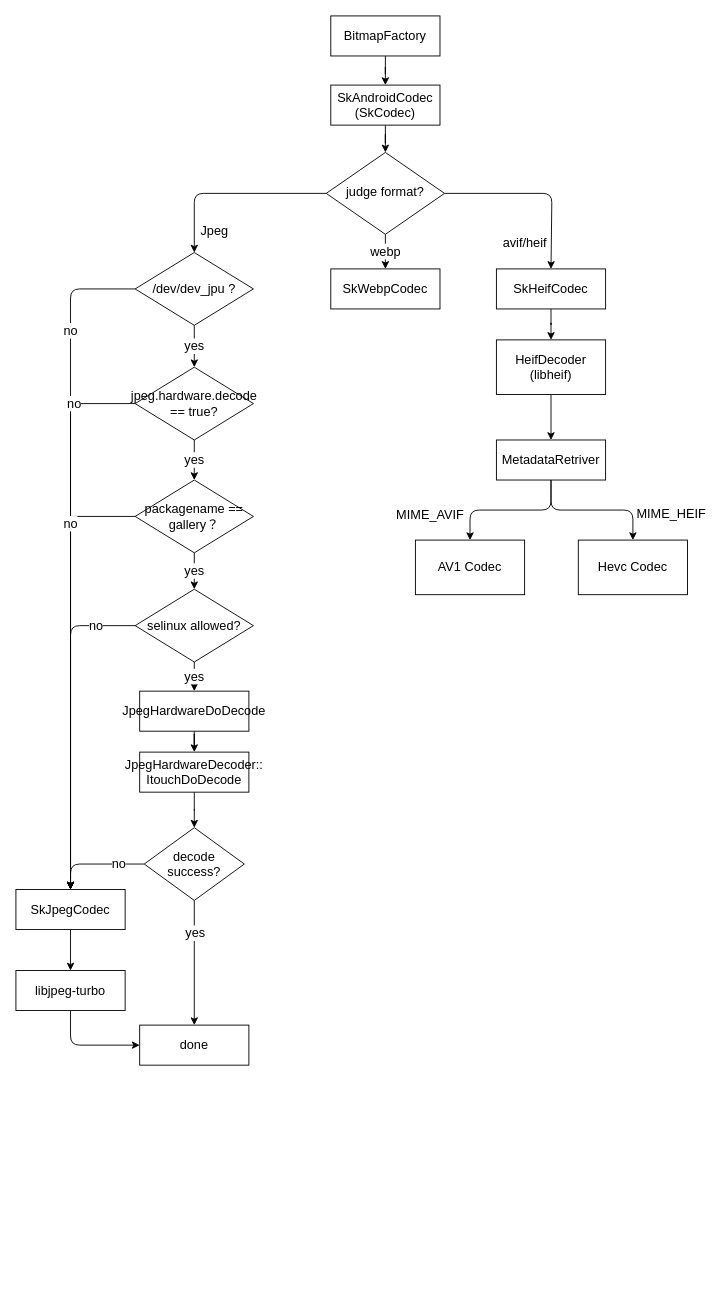
The draw.io diagram page "skia" (1 of 3) of design.drawio in ccfriend/av_lab, before the edit. Source tidied: cells renumbered, new cells numbered last; positions are measured from the earlier drawing's top-left corner, leaving out a move shared by most shapes. Both pictures are drawn from the tidied source at 91%, with x=0, y=0 at pixel (15, 15).
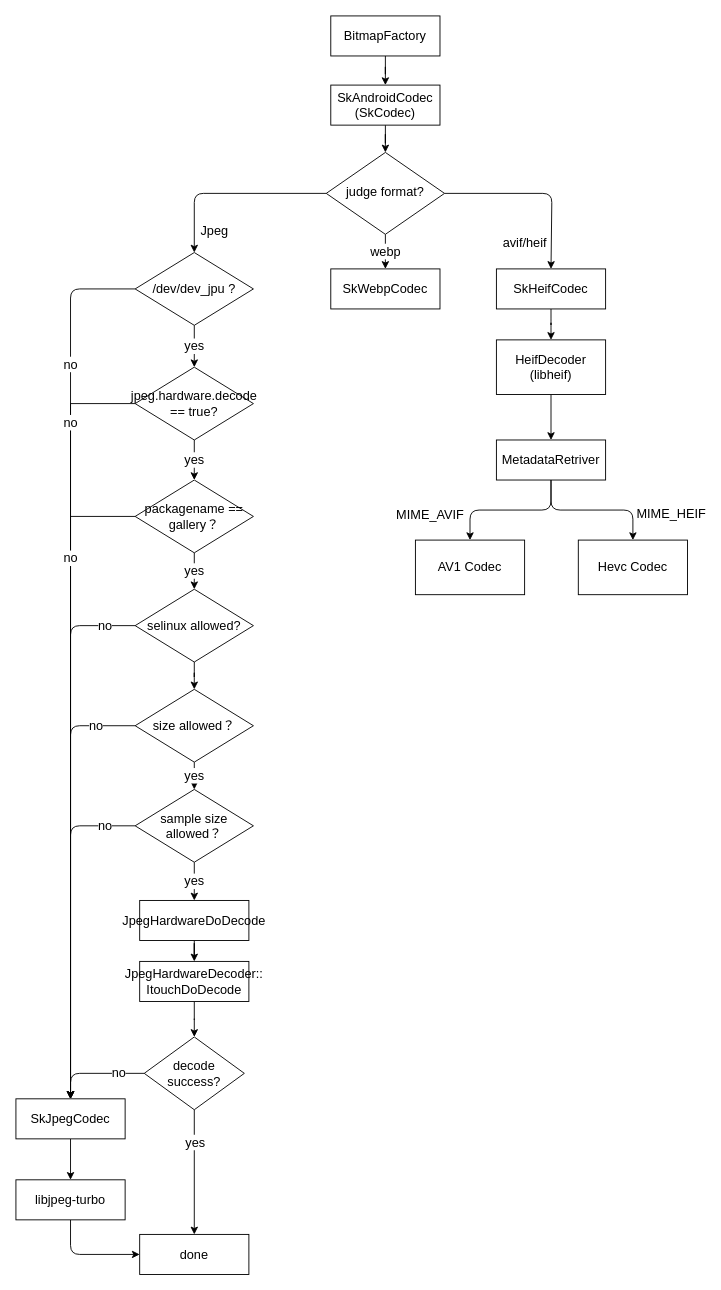
After the change.

The change refers to these unchanged cells:
```xml
<mxCell id="48" value="selinux allowed?" style="rhombus;whiteSpace=wrap;html=1;rounded=0;sketch=0;fontSize=14;" parent="1" vertex="1">
  <mxGeometry x="131" y="630" width="130" height="80" as="geometry" />
</mxCell>
```

Diff of the diagram source:
```diff
@@
     <mxCell id="16" value="JpegHardwareDoDecode" style="rounded=0;whiteSpace=wrap;html=1;fontSize=14;glass=0;strokeWidth=1;shadow=0;" parent="1" vertex="1">
-      <mxGeometry x="136" y="742" width="120" height="44" as="geometry" />
+      <mxGeometry x="136" y="972" width="120" height="44" as="geometry" />
     </mxCell>
@@
     <mxCell id="18" style="edgeStyle=orthogonalEdgeStyle;curved=0;rounded=1;sketch=0;jettySize=auto;html=1;entryX=0.5;entryY=0;entryDx=0;entryDy=0;fontSize=14;" parent="1" edge="1" source="20" target="23">
       <mxGeometry relative="1" as="geometry">
         <Array as="points">
-          <mxPoint x="180" y="952" />
-          <mxPoint x="180" y="952" />
+          <mxPoint x="180" y="1182" />
+          <mxPoint x="180" y="1182" />
         </Array>
       </mxGeometry>
     </mxCell>
@@
     <mxCell id="20" value="decode success?" style="rhombus;whiteSpace=wrap;html=1;rounded=0;sketch=0;fontSize=14;" parent="1" vertex="1">
-      <mxGeometry x="141" y="892" width="110" height="80" as="geometry" />
+      <mxGeometry x="141" y="1122" width="110" height="80" as="geometry" />
     </mxCell>
@@
     <mxCell id="22" value="SkJpegCodec" style="rounded=0;whiteSpace=wrap;html=1;fontSize=14;glass=0;strokeWidth=1;shadow=0;" parent="1" vertex="1">
-      <mxGeometry y="960" width="120" height="44" as="geometry" />
+      <mxGeometry y="1190" width="120" height="44" as="geometry" />
     </mxCell>
     <mxCell id="23" value="done" style="rounded=0;whiteSpace=wrap;html=1;fontSize=14;glass=0;strokeWidth=1;shadow=0;" parent="1" vertex="1">
-      <mxGeometry x="136" y="1109" width="120" height="44" as="geometry" />
+      <mxGeometry x="136" y="1339" width="120" height="44" as="geometry" />
     </mxCell>
@@
     <mxCell id="43" value="JpegHardwareDecoder::&lt;br&gt;ItouchDoDecode" style="rounded=0;whiteSpace=wrap;html=1;fontSize=14;glass=0;strokeWidth=1;shadow=0;" parent="1" vertex="1">
-      <mxGeometry x="136" y="809" width="120" height="44" as="geometry" />
+      <mxGeometry x="136" y="1039" width="120" height="44" as="geometry" />
     </mxCell>
@@
     <mxCell id="45" value="libjpeg-turbo" style="rounded=0;whiteSpace=wrap;html=1;fontSize=14;glass=0;strokeWidth=1;shadow=0;" parent="1" vertex="1">
-      <mxGeometry y="1049" width="120" height="44" as="geometry" />
+      <mxGeometry y="1279" width="120" height="44" as="geometry" />
     </mxCell>
-    <mxCell id="46" value="yes" style="edgeStyle=orthogonalEdgeStyle;rounded=1;jettySize=auto;html=1;entryX=0.5;entryY=0;entryDx=0;entryDy=0;fontSize=14;" parent="1" edge="1" source="48" target="16">
+    <mxCell id="46" value="yes" style="edgeStyle=orthogonalEdgeStyle;rounded=1;jettySize=auto;html=1;entryX=0.5;entryY=0;entryDx=0;entryDy=0;fontSize=14;exitX=0.5;exitY=1;exitDx=0;exitDy=0;" parent="1" edge="1" source="54" target="16">
       <mxGeometry relative="1" as="geometry" />
     </mxCell>
     <mxCell id="47" value="no" style="edgeStyle=orthogonalEdgeStyle;rounded=1;jettySize=auto;html=1;fontSize=14;" parent="1" edge="1" source="48" target="22">
-      <mxGeometry x="-0.76" relative="1" as="geometry" />
+      <mxGeometry x="-0.89" relative="1" as="geometry" />
     </mxCell>
+    <mxCell id="49" style="edgeStyle=orthogonalEdgeStyle;rounded=1;jettySize=auto;html=1;fontSize=14;" parent="1" edge="1" source="48" target="52">
+      <mxGeometry relative="1" as="geometry" />
+    </mxCell>
@@
+    <mxCell id="50" value="yes" style="edgeStyle=orthogonalEdgeStyle;rounded=1;jettySize=auto;html=1;fontSize=14;" parent="1" edge="1" source="52" target="54">
+      <mxGeometry relative="1" as="geometry" />
+    </mxCell>
+    <mxCell id="51" value="no" style="edgeStyle=orthogonalEdgeStyle;rounded=1;jettySize=auto;html=1;entryX=0.5;entryY=0;entryDx=0;entryDy=0;fontSize=14;" parent="1" edge="1" source="52" target="22">
+      <mxGeometry x="-0.82" relative="1" as="geometry" />
+    </mxCell>
+    <mxCell id="52" value="size allowed？" style="rhombus;whiteSpace=wrap;html=1;rounded=0;sketch=0;fontSize=14;" parent="1" vertex="1">
+      <mxGeometry x="131" y="740" width="130" height="80" as="geometry" />
+    </mxCell>
+    <mxCell id="53" value="no" style="edgeStyle=orthogonalEdgeStyle;rounded=1;jettySize=auto;html=1;entryX=0.5;entryY=0;entryDx=0;entryDy=0;fontSize=14;" parent="1" edge="1" source="54" target="22">
+      <mxGeometry x="-0.82" relative="1" as="geometry" />
+    </mxCell>
+    <mxCell id="54" value="sample size allowed？" style="rhombus;whiteSpace=wrap;html=1;rounded=0;sketch=0;fontSize=14;" parent="1" vertex="1">
+      <mxGeometry x="131" y="850" width="130" height="80" as="geometry" />
+    </mxCell>
```
